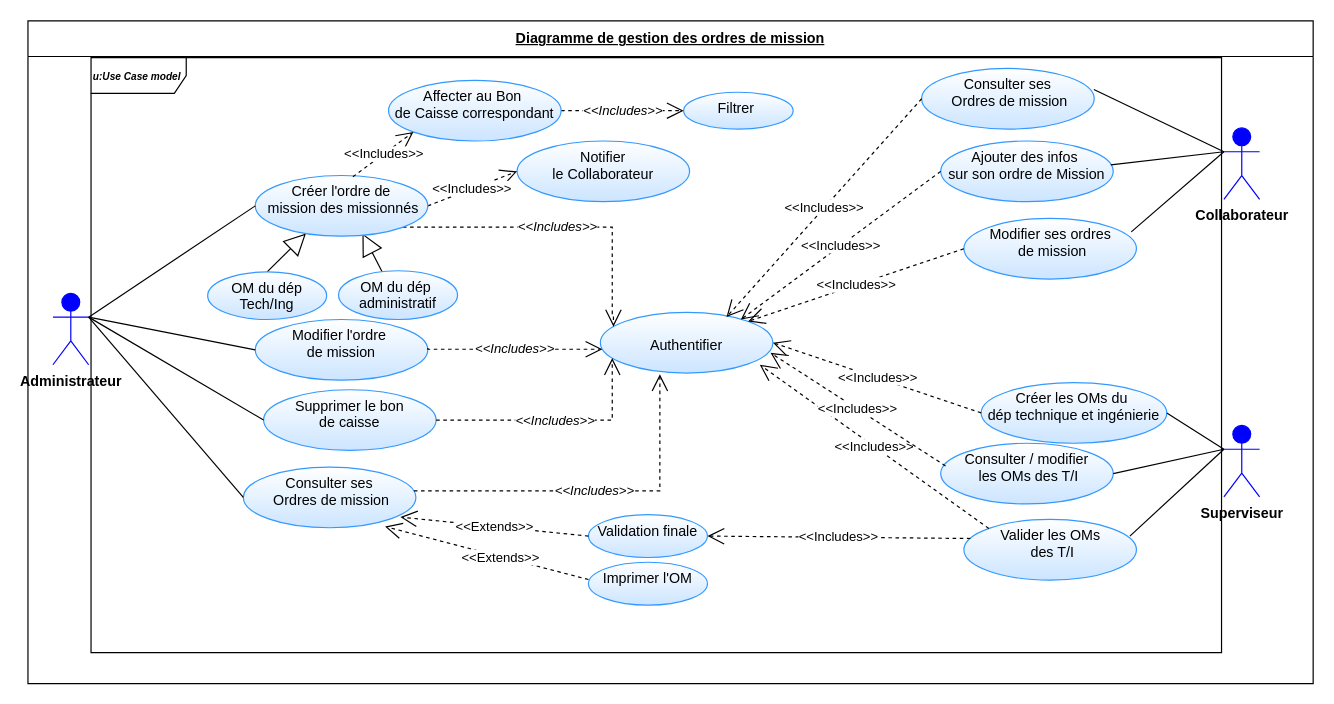
Above: MissionUseCase.drawio in BARIGOU-Imane/Gestion-des-Ordres-de-Mission (draw.io), before the change. Source tidied: cells renumbered, new cells numbered last; positions are measured from the earlier drawing's top-left corner, leaving out a move shared by most shapes. Both pictures are drawn from the tidied source at 119%, with x=0, y=0 at pixel (27, 20).
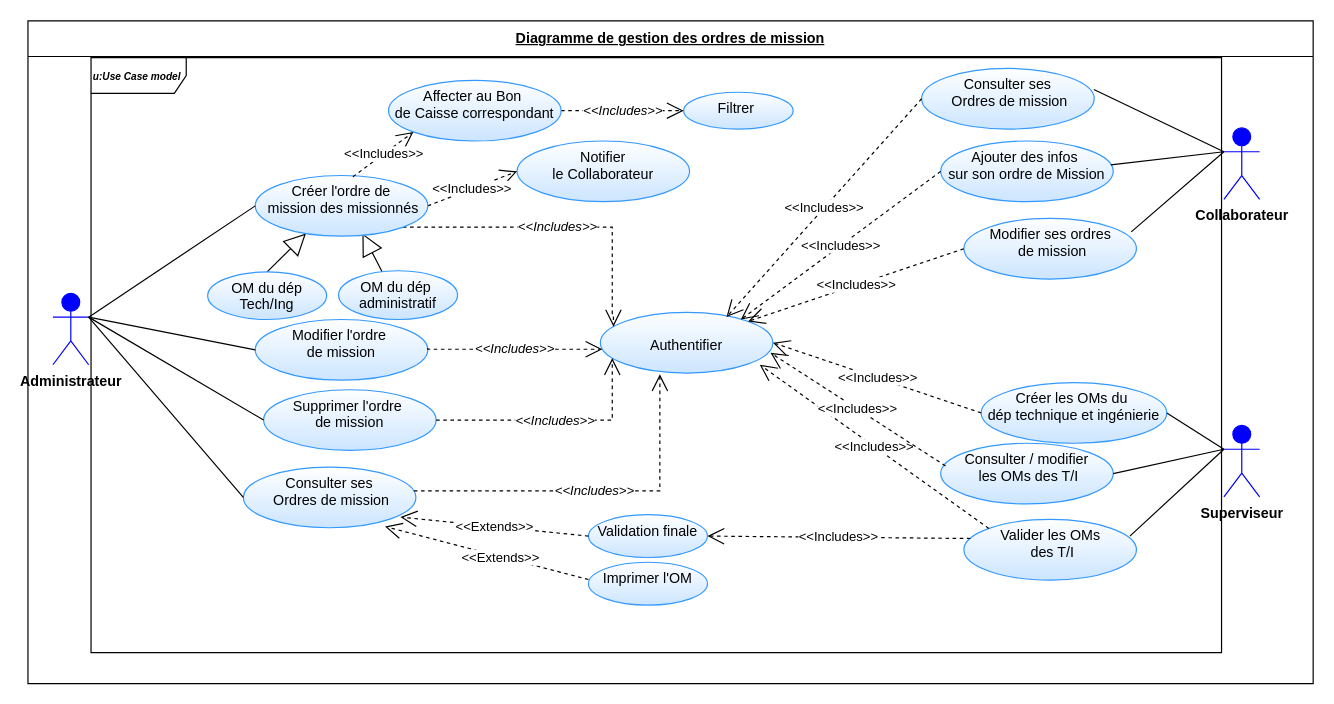
After the change.

Commit message:
Mettre à jour MissionUseCase.drawio

Unchanged cells that the change refers to:
```xml
<mxCell id="3" value="&lt;i&gt;&lt;font style=&quot;font-size: 8.5px;&quot;&gt;&lt;b style=&quot;&quot;&gt;u:Use Case model&lt;/b&gt;&lt;/font&gt;&lt;/i&gt;" style="shape=umlFrame;whiteSpace=wrap;html=1;width=80;align=left;" parent="2" vertex="1">
  <mxGeometry width="950" height="500" relative="1" as="geometry">
    <mxPoint x="53" y="31" as="offset" />
  </mxGeometry>
</mxCell>
```

Diff of the diagram source:
```diff
@@
-    <mxCell id="5" value="&lt;div&gt;Supprimer le bon&lt;/div&gt;&lt;div&gt;de caisse&lt;/div&gt;" style="ellipse;whiteSpace=wrap;html=1;verticalAlign=top;strokeColor=#3399FF;gradientColor=#CCE5FF;" parent="3" vertex="1">
+    <mxCell id="5" value="&lt;div&gt;Supprimer l'ordre&amp;nbsp;&lt;/div&gt;&lt;div&gt;de mission&lt;/div&gt;" style="ellipse;whiteSpace=wrap;html=1;verticalAlign=top;strokeColor=#3399FF;gradientColor=#CCE5FF;" parent="3" vertex="1">
       <mxGeometry x="145" y="279" width="145" height="51" as="geometry" />
     </mxCell>
```
